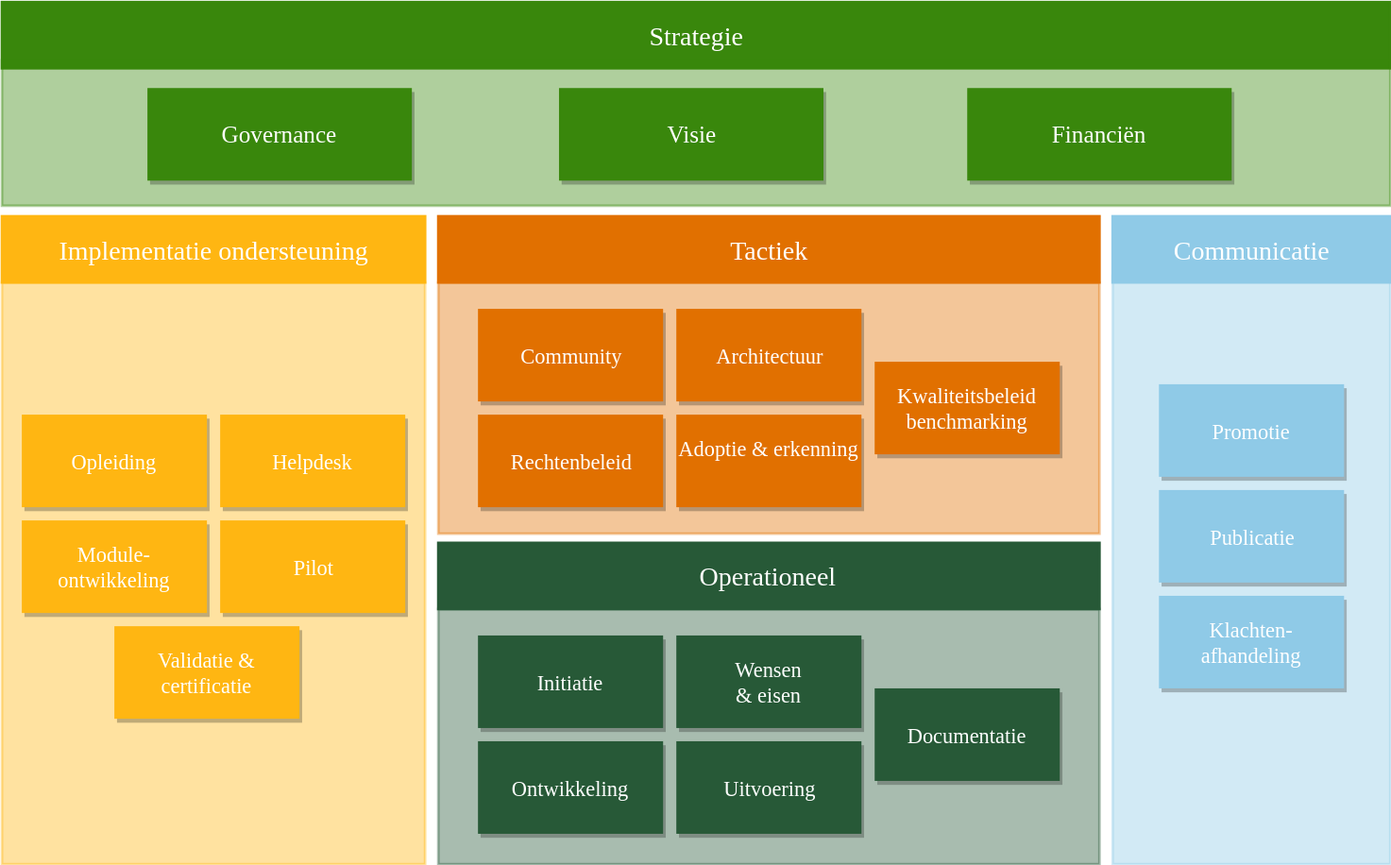
This is media/Bomos_model_v2.svg from Logius-standaarden/OAuth-Beheermodel, a draw.io export, as it was before one commit. Source tidied: cells renumbered, new cells last; positions are measured from the earlier drawing's top-left corner, leaving out a move shared by most shapes.
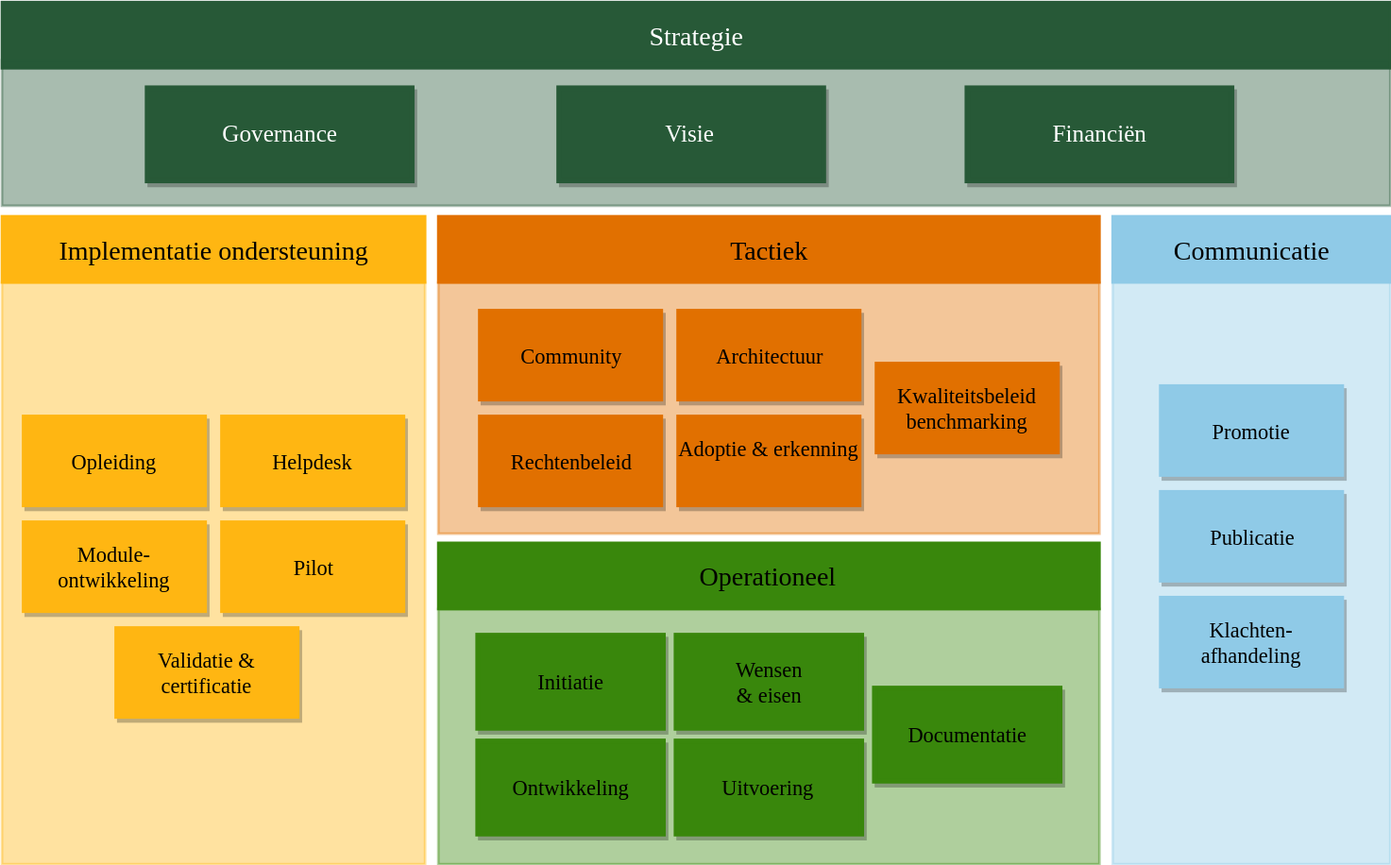
After the commit.

Commit message:
Bomos platen bijgewerkt voor WCAG

Diff of the diagram source:
```diff
@@ -2,97 +2,97 @@
   <root>
     <mxCell id="0" />
     <mxCell id="1" parent="0" />
-    <mxCell id="2" style="rounded=0;whiteSpace=wrap;html=1;strokeWidth=2;fillColor=#275937;fontSize=16;strokeColor=#275937;shadow=0;fontFamily=Verdana;opacity=40;" parent="1" vertex="1">
+    <mxCell id="2" style="rounded=0;whiteSpace=wrap;html=1;strokeWidth=2;fillColor=#39870C;fontSize=16;strokeColor=#39870C;shadow=0;fontFamily=Verdana;opacity=40;fontColor=#000000;" parent="1" vertex="1">
       <mxGeometry x="330" y="459" width="500" height="193" as="geometry" />
     </mxCell>
-    <mxCell id="3" style="rounded=0;whiteSpace=wrap;html=1;strokeWidth=2;fillColor=#E17000;fontSize=16;strokeColor=#E17000;shadow=0;fontFamily=Verdana;opacity=40;" parent="1" vertex="1">
+    <mxCell id="3" style="rounded=0;whiteSpace=wrap;html=1;strokeWidth=2;fillColor=#E17000;fontSize=16;strokeColor=#E17000;shadow=0;fontFamily=Verdana;opacity=40;fontColor=#000000;" parent="1" vertex="1">
       <mxGeometry x="330" y="212" width="500" height="190" as="geometry" />
     </mxCell>
-    <mxCell id="4" style="rounded=0;whiteSpace=wrap;html=1;strokeWidth=2;fillColor=#8FCAE7;fontSize=16;strokeColor=#8FCAE7;shadow=0;fontFamily=Verdana;opacity=40;" parent="1" vertex="1">
+    <mxCell id="4" style="rounded=0;whiteSpace=wrap;html=1;strokeWidth=2;fillColor=#8FCAE7;fontSize=16;strokeColor=#8FCAE7;shadow=0;fontFamily=Verdana;opacity=40;fontColor=#000000;" parent="1" vertex="1">
       <mxGeometry x="840" y="207" width="210" height="445" as="geometry" />
     </mxCell>
-    <mxCell id="5" style="rounded=0;whiteSpace=wrap;html=1;strokeWidth=2;fillColor=#FFB612;fontSize=16;strokeColor=#FFB612;shadow=0;fontFamily=Verdana;opacity=40;" parent="1" vertex="1">
+    <mxCell id="5" style="rounded=0;whiteSpace=wrap;html=1;strokeWidth=2;fillColor=#FFB612;fontSize=16;strokeColor=#FFB612;shadow=0;fontFamily=Verdana;opacity=40;fontColor=#000000;" parent="1" vertex="1">
       <mxGeometry y="212" width="320" height="440" as="geometry" />
     </mxCell>
-    <mxCell id="6" value="&lt;font style=&quot;font-size: 20px;&quot; color=&quot;#ffffff&quot;&gt;Strategie&lt;/font&gt;" style="rounded=0;whiteSpace=wrap;html=1;strokeWidth=2;fillColor=#39870C;fontSize=20;strokeColor=#39870C;shadow=0;fontFamily=Verdana;" parent="1" vertex="1">
+    <mxCell id="6" value="&lt;font style=&quot;font-size: 20px;&quot;&gt;Strategie&lt;/font&gt;" style="rounded=0;whiteSpace=wrap;html=1;strokeWidth=2;fillColor=#275937;fontSize=20;strokeColor=#275937;shadow=0;fontFamily=Verdana;fontColor=#FFFFFF;" parent="1" vertex="1">
       <mxGeometry width="1050" height="50" as="geometry" />
     </mxCell>
-    <mxCell id="7" style="rounded=0;whiteSpace=wrap;html=1;strokeWidth=2;fillColor=#39870C;fontSize=16;strokeColor=#39870C;shadow=0;fontFamily=Verdana;opacity=40;" parent="1" vertex="1">
+    <mxCell id="7" style="rounded=0;whiteSpace=wrap;html=1;strokeWidth=2;fillColor=#275937;fontSize=16;strokeColor=#275937;shadow=0;fontFamily=Verdana;opacity=40;fontColor=#FFFFFF;" parent="1" vertex="1">
       <mxGeometry y="44" width="1050" height="110" as="geometry" />
     </mxCell>
-    <mxCell id="8" value="&lt;font style=&quot;font-size: 18px&quot; color=&quot;#ffffff&quot;&gt;Visie&lt;/font&gt;" style="rounded=0;whiteSpace=wrap;html=1;strokeWidth=4;fillColor=#39870C;fontSize=16;strokeColor=none;shadow=1;fontFamily=Verdana;" parent="1" vertex="1">
+    <mxCell id="8" value="&lt;font style=&quot;font-size: 18px&quot;&gt;Visie&lt;/font&gt;" style="rounded=0;whiteSpace=wrap;html=1;strokeWidth=4;fillColor=#275937;fontSize=16;strokeColor=#275937;shadow=1;fontFamily=Verdana;fontColor=#FFFFFF;" parent="1" vertex="1">
       <mxGeometry x="421.3" y="65" width="200" height="70" as="geometry" />
     </mxCell>
-    <mxCell id="9" value="&lt;font style=&quot;font-size: 18px&quot; color=&quot;#ffffff&quot;&gt;Financiën&lt;/font&gt;" style="rounded=0;whiteSpace=wrap;html=1;strokeWidth=4;fillColor=#39870C;fontSize=16;strokeColor=none;shadow=1;fontFamily=Verdana;" parent="1" vertex="1">
+    <mxCell id="9" value="&lt;font style=&quot;font-size: 18px&quot;&gt;Financiën&lt;/font&gt;" style="rounded=0;whiteSpace=wrap;html=1;strokeWidth=4;fillColor=#275937;fontSize=16;strokeColor=#275937;shadow=1;fontFamily=Verdana;fontColor=#FFFFFF;" parent="1" vertex="1">
       <mxGeometry x="730" y="65" width="200" height="70" as="geometry" />
     </mxCell>
-    <mxCell id="10" value="&lt;font style=&quot;font-size: 16px&quot; color=&quot;#ffffff&quot;&gt;Opleiding&lt;/font&gt;" style="rounded=0;whiteSpace=wrap;html=1;strokeWidth=4;fillColor=#FFB612;fontSize=16;strokeColor=none;shadow=1;fontFamily=Verdana;" parent="1" vertex="1">
+    <mxCell id="10" value="&lt;font style=&quot;font-size: 16px&quot;&gt;Opleiding&lt;/font&gt;" style="rounded=0;whiteSpace=wrap;html=1;strokeWidth=4;fillColor=#FFB612;fontSize=16;strokeColor=none;shadow=1;fontFamily=Verdana;fontColor=#000000;" parent="1" vertex="1">
       <mxGeometry x="15" y="312" width="140" height="70" as="geometry" />
     </mxCell>
-    <mxCell id="11" value="&lt;font style=&quot;font-size: 18px&quot; color=&quot;#ffffff&quot;&gt;Governance&lt;/font&gt;" style="rounded=0;whiteSpace=wrap;html=1;strokeWidth=4;fillColor=#39870C;fontSize=16;strokeColor=none;shadow=1;fontFamily=Verdana;" parent="1" vertex="1">
+    <mxCell id="11" value="&lt;font style=&quot;font-size: 18px&quot;&gt;Governance&lt;/font&gt;" style="rounded=0;whiteSpace=wrap;html=1;strokeWidth=4;fillColor=#275937;fontSize=16;strokeColor=#275937;shadow=1;fontFamily=Verdana;fontColor=#FFFFFF;" parent="1" vertex="1">
       <mxGeometry x="110" y="65" width="200" height="70" as="geometry" />
     </mxCell>
-    <mxCell id="12" value="&lt;font style=&quot;font-size: 16px&quot; color=&quot;#ffffff&quot;&gt;Helpdesk&lt;/font&gt;" style="rounded=0;whiteSpace=wrap;html=1;strokeWidth=4;fillColor=#FFB612;fontSize=16;strokeColor=none;shadow=1;fontFamily=Verdana;" parent="1" vertex="1">
+    <mxCell id="12" value="&lt;font style=&quot;font-size: 16px&quot;&gt;Helpdesk&lt;/font&gt;" style="rounded=0;whiteSpace=wrap;html=1;strokeWidth=4;fillColor=#FFB612;fontSize=16;strokeColor=none;shadow=1;fontFamily=Verdana;fontColor=#000000;" parent="1" vertex="1">
       <mxGeometry x="165" y="312" width="140" height="70" as="geometry" />
     </mxCell>
-    <mxCell id="13" value="&lt;font style=&quot;font-size: 16px&quot; color=&quot;#ffffff&quot;&gt;Pilot&lt;/font&gt;" style="rounded=0;whiteSpace=wrap;html=1;strokeWidth=4;fillColor=#FFB612;fontSize=16;strokeColor=none;shadow=1;fontFamily=Verdana;" parent="1" vertex="1">
+    <mxCell id="13" value="&lt;font style=&quot;font-size: 16px&quot;&gt;Pilot&lt;/font&gt;" style="rounded=0;whiteSpace=wrap;html=1;strokeWidth=4;fillColor=#FFB612;fontSize=16;strokeColor=none;shadow=1;fontFamily=Verdana;fontColor=#000000;" parent="1" vertex="1">
       <mxGeometry x="165" y="392" width="140" height="70" as="geometry" />
     </mxCell>
-    <mxCell id="14" value="&lt;font style=&quot;font-size: 16px&quot; color=&quot;#ffffff&quot;&gt;Module- ontwikkeling&lt;/font&gt;" style="rounded=0;whiteSpace=wrap;html=1;strokeWidth=4;fillColor=#FFB612;fontSize=16;strokeColor=none;shadow=1;fontFamily=Verdana;" parent="1" vertex="1">
+    <mxCell id="14" value="&lt;font style=&quot;font-size: 16px&quot;&gt;Module- ontwikkeling&lt;/font&gt;" style="rounded=0;whiteSpace=wrap;html=1;strokeWidth=4;fillColor=#FFB612;fontSize=16;strokeColor=none;shadow=1;fontFamily=Verdana;fontColor=#000000;" parent="1" vertex="1">
       <mxGeometry x="15" y="392" width="140" height="70" as="geometry" />
     </mxCell>
-    <mxCell id="15" value="&lt;font style=&quot;font-size: 16px&quot; color=&quot;#ffffff&quot;&gt;Validatie &amp;amp; certificatie&lt;/font&gt;" style="rounded=0;whiteSpace=wrap;html=1;strokeWidth=4;fillColor=#FFB612;fontSize=16;strokeColor=none;shadow=1;fontFamily=Verdana;" parent="1" vertex="1">
+    <mxCell id="15" value="&lt;font style=&quot;font-size: 16px&quot;&gt;Validatie &amp;amp; certificatie&lt;/font&gt;" style="rounded=0;whiteSpace=wrap;html=1;strokeWidth=4;fillColor=#FFB612;fontSize=16;strokeColor=none;shadow=1;fontFamily=Verdana;fontColor=#000000;" parent="1" vertex="1">
       <mxGeometry x="85" y="472" width="140" height="70" as="geometry" />
     </mxCell>
-    <mxCell id="16" value="&lt;font style=&quot;font-size: 20px;&quot; color=&quot;#ffffff&quot;&gt;Implementatie ondersteuning&lt;/font&gt;" style="rounded=0;whiteSpace=wrap;html=1;strokeWidth=2;fillColor=#FFB612;fontSize=20;strokeColor=#FFB612;shadow=0;fontFamily=Verdana;" parent="1" vertex="1">
+    <mxCell id="16" value="&lt;font style=&quot;font-size: 20px;&quot;&gt;Implementatie ondersteuning&lt;/font&gt;" style="rounded=0;whiteSpace=wrap;html=1;strokeWidth=2;fillColor=#FFB612;fontSize=20;strokeColor=#FFB612;shadow=0;fontFamily=Verdana;fontColor=#000000;" parent="1" vertex="1">
       <mxGeometry y="162" width="320" height="50" as="geometry" />
     </mxCell>
-    <mxCell id="17" value="&lt;font style=&quot;font-size: 20px;&quot;&gt;Tactiek&lt;/font&gt;" style="rounded=0;whiteSpace=wrap;html=1;strokeWidth=2;fillColor=#E17000;fontSize=20;strokeColor=#E17000;shadow=0;fontFamily=Verdana;fontColor=#FFFFFF;" parent="1" vertex="1">
+    <mxCell id="17" value="&lt;font style=&quot;font-size: 20px;&quot;&gt;Tactiek&lt;/font&gt;" style="rounded=0;whiteSpace=wrap;html=1;strokeWidth=2;fillColor=#E17000;fontSize=20;strokeColor=#E17000;shadow=0;fontFamily=Verdana;fontColor=#000000;" parent="1" vertex="1">
       <mxGeometry x="330" y="162" width="500" height="50" as="geometry" />
     </mxCell>
-    <mxCell id="18" value="&lt;font style=&quot;font-size: 20px;&quot; color=&quot;#ffffff&quot;&gt;Communicatie&lt;/font&gt;" style="rounded=0;whiteSpace=wrap;html=1;strokeWidth=2;fillColor=#8FCAE7;fontSize=20;strokeColor=#8FCAE7;shadow=0;fontFamily=Verdana;" parent="1" vertex="1">
+    <mxCell id="18" value="&lt;font style=&quot;font-size: 20px;&quot;&gt;Communicatie&lt;/font&gt;" style="rounded=0;whiteSpace=wrap;html=1;strokeWidth=2;fillColor=#8FCAE7;fontSize=20;strokeColor=#8FCAE7;shadow=0;fontFamily=Verdana;fontColor=#000000;" parent="1" vertex="1">
       <mxGeometry x="840" y="162" width="210" height="50" as="geometry" />
     </mxCell>
-    <mxCell id="19" value="&lt;font style=&quot;font-size: 20px;&quot; color=&quot;#ffffff&quot;&gt;Operationeel&lt;/font&gt;" style="rounded=0;whiteSpace=wrap;html=1;strokeWidth=2;fillColor=#275937;fontSize=20;strokeColor=#275937;shadow=0;fontFamily=Verdana;" parent="1" vertex="1">
+    <mxCell id="19" value="&lt;font style=&quot;font-size: 20px;&quot;&gt;Operationeel&lt;/font&gt;" style="rounded=0;whiteSpace=wrap;html=1;strokeWidth=2;fillColor=#39870C;fontSize=20;strokeColor=#39870C;shadow=0;fontFamily=Verdana;fontColor=#000000;" parent="1" vertex="1">
       <mxGeometry x="330" y="409" width="500" height="50" as="geometry" />
     </mxCell>
-    <mxCell id="20" value="&lt;font style=&quot;font-size: 16px&quot; color=&quot;#ffffff&quot;&gt;Community&lt;/font&gt;" style="rounded=0;whiteSpace=wrap;html=1;strokeWidth=4;fillColor=#E17000;fontSize=16;strokeColor=none;shadow=1;fontFamily=Verdana;" parent="1" vertex="1">
+    <mxCell id="20" value="&lt;font style=&quot;font-size: 16px&quot;&gt;Community&lt;/font&gt;" style="rounded=0;whiteSpace=wrap;html=1;strokeWidth=4;fillColor=#E17000;fontSize=16;strokeColor=none;shadow=1;fontFamily=Verdana;fontColor=#000000;" parent="1" vertex="1">
       <mxGeometry x="360" y="232" width="140" height="70" as="geometry" />
     </mxCell>
-    <mxCell id="21" value="&lt;font style=&quot;font-size: 16px&quot; color=&quot;#ffffff&quot;&gt;Architectuur&lt;/font&gt;" style="rounded=0;whiteSpace=wrap;html=1;strokeWidth=4;fillColor=#E17000;fontSize=16;strokeColor=none;shadow=1;fontFamily=Verdana;" parent="1" vertex="1">
+    <mxCell id="21" value="&lt;font style=&quot;font-size: 16px&quot;&gt;Architectuur&lt;/font&gt;" style="rounded=0;whiteSpace=wrap;html=1;strokeWidth=4;fillColor=#E17000;fontSize=16;strokeColor=none;shadow=1;fontFamily=Verdana;fontColor=#000000;" parent="1" vertex="1">
       <mxGeometry x="510" y="232" width="140" height="70" as="geometry" />
     </mxCell>
-    <mxCell id="22" value="&lt;font style=&quot;font-size: 16px&quot; color=&quot;#ffffff&quot;&gt;Kwaliteitsbeleid benchmarking&lt;/font&gt;" style="rounded=0;whiteSpace=wrap;html=1;strokeWidth=4;fillColor=#E17000;fontSize=16;strokeColor=none;shadow=1;fontFamily=Verdana;" parent="1" vertex="1">
+    <mxCell id="22" value="&lt;font style=&quot;font-size: 16px&quot;&gt;Kwaliteitsbeleid benchmarking&lt;/font&gt;" style="rounded=0;whiteSpace=wrap;html=1;strokeWidth=4;fillColor=#E17000;fontSize=16;strokeColor=none;shadow=1;fontFamily=Verdana;fontColor=#000000;" parent="1" vertex="1">
       <mxGeometry x="660" y="272" width="140" height="70" as="geometry" />
     </mxCell>
-    <mxCell id="23" value="&lt;font style=&quot;font-size: 16px&quot; color=&quot;#ffffff&quot;&gt;Rechtenbeleid&lt;/font&gt;" style="rounded=0;whiteSpace=wrap;html=1;strokeWidth=4;fillColor=#E17000;fontSize=16;strokeColor=none;shadow=1;fontFamily=Verdana;" parent="1" vertex="1">
+    <mxCell id="23" value="&lt;font style=&quot;font-size: 16px&quot;&gt;Rechtenbeleid&lt;/font&gt;" style="rounded=0;whiteSpace=wrap;html=1;strokeWidth=4;fillColor=#E17000;fontSize=16;strokeColor=none;shadow=1;fontFamily=Verdana;fontColor=#000000;" parent="1" vertex="1">
       <mxGeometry x="360" y="312" width="140" height="70" as="geometry" />
     </mxCell>
-    <mxCell id="24" value="&lt;font style=&quot;font-size: 16px&quot; color=&quot;#ffffff&quot;&gt;Adoptie &amp;amp; erkenning&lt;/font&gt;" style="rounded=0;whiteSpace=wrap;html=1;strokeWidth=4;fillColor=#E17000;fontSize=16;strokeColor=none;shadow=1;fontFamily=Verdana;" parent="1" vertex="1">
+    <mxCell id="24" value="&lt;font style=&quot;font-size: 16px&quot;&gt;Adoptie &amp;amp; erkenning&lt;/font&gt;" style="rounded=0;whiteSpace=wrap;html=1;strokeWidth=4;fillColor=#E17000;fontSize=16;strokeColor=none;shadow=1;fontFamily=Verdana;fontColor=#000000;" parent="1" vertex="1">
       <mxGeometry x="510" y="312" width="140" height="70" as="geometry" />
     </mxCell>
-    <mxCell id="25" value="&lt;font style=&quot;font-size: 16px&quot; color=&quot;#ffffff&quot;&gt;Initiatie&lt;/font&gt;" style="rounded=0;whiteSpace=wrap;html=1;strokeWidth=4;fillColor=#275937;fontSize=16;strokeColor=none;shadow=1;fontFamily=Verdana;" parent="1" vertex="1">
+    <mxCell id="25" value="&lt;font style=&quot;font-size: 16px&quot;&gt;Initiatie&lt;/font&gt;" style="rounded=0;whiteSpace=wrap;html=1;strokeWidth=4;fillColor=#39870C;fontSize=16;strokeColor=#39870C;shadow=1;fontFamily=Verdana;fontColor=#000000;" parent="1" vertex="1">
       <mxGeometry x="360" y="479" width="140" height="70" as="geometry" />
     </mxCell>
-    <mxCell id="26" value="&lt;font style=&quot;font-size: 16px&quot; color=&quot;#ffffff&quot;&gt;Ontwikkeling&lt;/font&gt;" style="rounded=0;whiteSpace=wrap;html=1;strokeWidth=4;fillColor=#275937;fontSize=16;strokeColor=none;shadow=1;fontFamily=Verdana;" parent="1" vertex="1">
+    <mxCell id="26" value="&lt;font style=&quot;font-size: 16px&quot;&gt;Ontwikkeling&lt;/font&gt;" style="rounded=0;whiteSpace=wrap;html=1;strokeWidth=4;fillColor=#39870C;fontSize=16;strokeColor=#39870C;shadow=1;fontFamily=Verdana;fontColor=#000000;" parent="1" vertex="1">
       <mxGeometry x="360" y="559" width="140" height="70" as="geometry" />
     </mxCell>
-    <mxCell id="27" value="&lt;font style=&quot;font-size: 16px&quot; color=&quot;#ffffff&quot;&gt;Uitvoering&lt;/font&gt;" style="rounded=0;whiteSpace=wrap;html=1;strokeWidth=4;fillColor=#275937;fontSize=16;strokeColor=none;shadow=1;fontFamily=Verdana;" parent="1" vertex="1">
+    <mxCell id="27" value="&lt;font style=&quot;font-size: 16px&quot;&gt;Uitvoering&lt;/font&gt;" style="rounded=0;whiteSpace=wrap;html=1;strokeWidth=4;fillColor=#39870C;fontSize=16;strokeColor=#39870C;shadow=1;fontFamily=Verdana;fontColor=#000000;" parent="1" vertex="1">
       <mxGeometry x="510" y="559" width="140" height="70" as="geometry" />
     </mxCell>
-    <mxCell id="28" value="&lt;font style=&quot;font-size: 16px&quot; color=&quot;#ffffff&quot;&gt;Wensen &lt;br&gt;&amp;amp; eisen&lt;/font&gt;" style="rounded=0;whiteSpace=wrap;html=1;strokeWidth=4;fillColor=#275937;fontSize=16;strokeColor=none;shadow=1;fontFamily=Verdana;" parent="1" vertex="1">
+    <mxCell id="28" value="&lt;font style=&quot;font-size: 16px&quot;&gt;Wensen &lt;br&gt;&amp;amp; eisen&lt;/font&gt;" style="rounded=0;whiteSpace=wrap;html=1;strokeWidth=4;fillColor=#39870C;fontSize=16;strokeColor=#39870C;shadow=1;fontFamily=Verdana;fontColor=#000000;" parent="1" vertex="1">
       <mxGeometry x="510" y="479" width="140" height="70" as="geometry" />
     </mxCell>
-    <mxCell id="29" value="&lt;font style=&quot;font-size: 16px&quot; color=&quot;#ffffff&quot;&gt;Documentatie&lt;/font&gt;" style="rounded=0;whiteSpace=wrap;html=1;strokeWidth=4;fillColor=#275937;fontSize=16;strokeColor=none;shadow=1;fontFamily=Verdana;" parent="1" vertex="1">
+    <mxCell id="29" value="&lt;font style=&quot;font-size: 16px&quot;&gt;Documentatie&lt;/font&gt;" style="rounded=0;whiteSpace=wrap;html=1;strokeWidth=4;fillColor=#39870C;fontSize=16;strokeColor=#39870C;shadow=1;fontFamily=Verdana;fontColor=#000000;" parent="1" vertex="1">
       <mxGeometry x="660" y="519" width="140" height="70" as="geometry" />
     </mxCell>
-    <mxCell id="30" value="&lt;font style=&quot;font-size: 16px&quot; color=&quot;#ffffff&quot;&gt;Promotie&lt;/font&gt;" style="rounded=0;whiteSpace=wrap;html=1;strokeWidth=4;fillColor=#8FCAE7;fontSize=16;strokeColor=none;shadow=1;fontFamily=Verdana;" parent="1" vertex="1">
+    <mxCell id="30" value="&lt;font style=&quot;font-size: 16px&quot;&gt;Promotie&lt;/font&gt;" style="rounded=0;whiteSpace=wrap;html=1;strokeWidth=4;fillColor=#8FCAE7;fontSize=16;strokeColor=none;shadow=1;fontFamily=Verdana;fontColor=#000000;" parent="1" vertex="1">
       <mxGeometry x="875" y="289" width="140" height="70" as="geometry" />
     </mxCell>
-    <mxCell id="31" value="&lt;font style=&quot;font-size: 16px&quot; color=&quot;#ffffff&quot;&gt;Publicatie&lt;/font&gt;" style="rounded=0;whiteSpace=wrap;html=1;strokeWidth=4;fillColor=#8FCAE7;fontSize=16;strokeColor=none;shadow=1;fontFamily=Verdana;" parent="1" vertex="1">
+    <mxCell id="31" value="&lt;font style=&quot;font-size: 16px&quot;&gt;Publicatie&lt;/font&gt;" style="rounded=0;whiteSpace=wrap;html=1;strokeWidth=4;fillColor=#8FCAE7;fontSize=16;strokeColor=none;shadow=1;fontFamily=Verdana;fontColor=#000000;" parent="1" vertex="1">
       <mxGeometry x="875" y="369" width="140" height="70" as="geometry" />
     </mxCell>
-    <mxCell id="32" value="&lt;font style=&quot;font-size: 16px&quot; color=&quot;#ffffff&quot;&gt;Klachten- afhandeling&lt;/font&gt;" style="rounded=0;whiteSpace=wrap;html=1;strokeWidth=4;fillColor=#8FCAE7;fontSize=16;strokeColor=none;shadow=1;fontFamily=Verdana;" parent="1" vertex="1">
+    <mxCell id="32" value="&lt;font style=&quot;font-size: 16px&quot;&gt;Klachten- afhandeling&lt;/font&gt;" style="rounded=0;whiteSpace=wrap;html=1;strokeWidth=4;fillColor=#8FCAE7;fontSize=16;strokeColor=none;shadow=1;fontFamily=Verdana;fontColor=#000000;" parent="1" vertex="1">
       <mxGeometry x="875" y="449" width="140" height="70" as="geometry" />
     </mxCell>
   </root>
```
